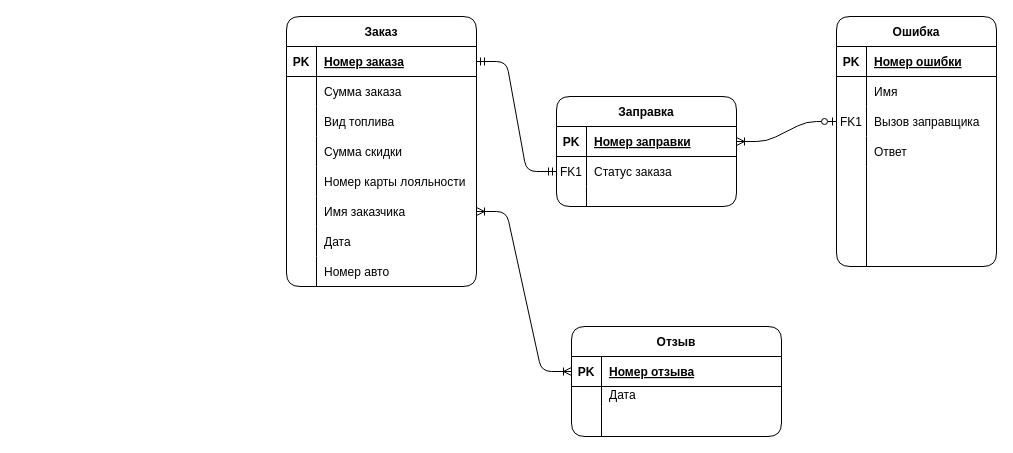
Before: ЕР.drawio in aleksey899/gas-station, a draw.io diagram. Source tidied: cells renumbered, new cells numbered last; positions are measured from the earlier drawing's top-left corner, leaving out a move shared by most shapes. Both pictures are drawn from the tidied source at 100%, with x=0, y=0 at pixel (286, 16).
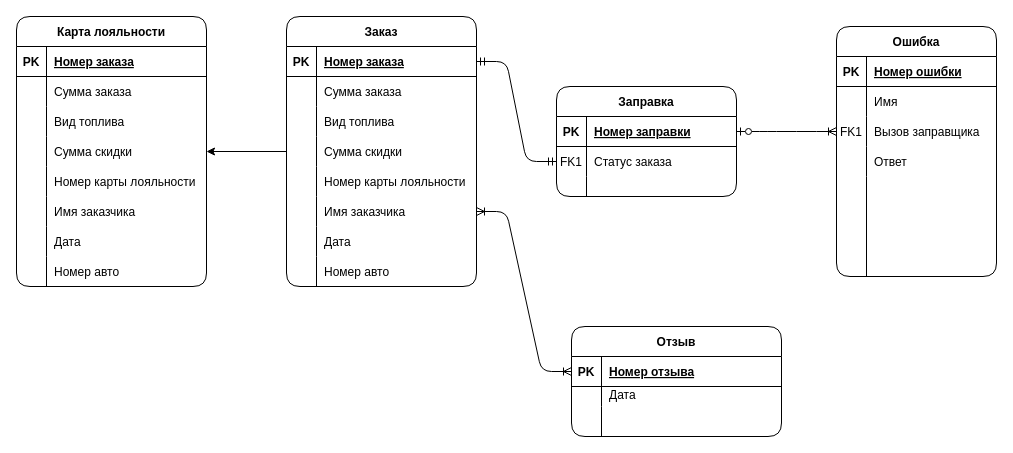
Above is the later version.

The change refers to these unchanged cells:
```xml
<mxCell id="4" style="shape=partialRectangle;fillColor=none;points=[[0,0.5],[1,0.5]];portConstraint=eastwest;top=0;left=0;right=0;bottom=1;" parent="3" vertex="1">
  <mxGeometry y="30" width="180" height="30" as="geometry" />
</mxCell>
<mxCell id="20" style="shape=partialRectangle;fillColor=none;points=[[0,0.5],[1,0.5]];portConstraint=eastwest;top=0;left=0;right=0;bottom=0;" parent="13" vertex="1">
  <mxGeometry y="90" width="160" height="30" as="geometry" />
</mxCell>
<mxCell id="29" value="Заказ" style="shape=table;startSize=30;childLayout=tableLayout;rowLines=0;fontStyle=1;align=center;rounded=1;" parent="1" vertex="1">
  <mxGeometry width="190" height="270" as="geometry" />
</mxCell>
```

The edit, as a diff of the source:
```diff
@@
     <mxCell id="3" value="Заправка" style="shape=table;startSize=30;childLayout=tableLayout;rowLines=0;fontStyle=1;align=center;rounded=1;" parent="1" vertex="1">
-      <mxGeometry x="270" y="80" width="180" height="110" as="geometry" />
+      <mxGeometry x="270" y="70" width="180" height="110" as="geometry" />
     </mxCell>
@@
     <mxCell id="13" value="Ошибка" style="shape=table;startSize=30;childLayout=tableLayout;rowLines=0;fontStyle=1;align=center;rounded=1;" parent="1" vertex="1">
-      <mxGeometry x="550" width="160" height="250" as="geometry" />
+      <mxGeometry x="550" y="10" width="160" height="250" as="geometry" />
     </mxCell>
@@
+    <mxCell id="66" style="edgeStyle=orthogonalEdgeStyle;rounded=0;jettySize=auto;html=1;" parent="1" edge="1" source="29" target="67">
+      <mxGeometry relative="1" as="geometry" />
+    </mxCell>
@@
-    <mxCell id="64" style="edgeStyle=entityRelationEdgeStyle;fontSize=12;html=1;endArrow=ERzeroToOne;startArrow=ERoneToMany;exitX=1;exitY=0.5;exitDx=0;exitDy=0;startFill=0;endFill=1;" parent="1" edge="1" source="4" target="20">
+    <mxCell id="64" style="edgeStyle=entityRelationEdgeStyle;fontSize=12;html=1;endArrow=ERoneToMany;startArrow=ERzeroToOne;startFill=0;endFill=0;" parent="1" edge="1" source="4" target="20">
       <mxGeometry relative="1" as="geometry" />
     </mxCell>
@@
+    <mxCell id="67" value="Карта лояльности" style="shape=table;startSize=30;childLayout=tableLayout;rowLines=0;fontStyle=1;align=center;rounded=1;" parent="1" vertex="1">
+      <mxGeometry x="-270" width="190" height="270" as="geometry" />
+    </mxCell>
+    <mxCell id="68" style="shape=partialRectangle;fillColor=none;top=0;left=0;right=0;bottom=1;" parent="67" vertex="1">
+      <mxGeometry y="30" width="190" height="30" as="geometry" />
+    </mxCell>
+    <mxCell id="69" value="PK" style="shape=partialRectangle;overflow=hidden;fillColor=none;top=0;left=0;bottom=0;right=0;fontStyle=1;" parent="68" vertex="1">
+      <mxGeometry width="30" height="30" as="geometry" />
+    </mxCell>
+    <mxCell id="70" value="Номер заказа" style="shape=partialRectangle;overflow=hidden;fillColor=none;top=0;left=0;bottom=0;right=0;align=left;spacingLeft=6;fontStyle=5;" parent="68" vertex="1">
+      <mxGeometry x="30" width="160" height="30" as="geometry" />
+    </mxCell>
+    <mxCell id="71" style="shape=partialRectangle;fillColor=none;top=0;left=0;bottom=0;right=0;" parent="67" vertex="1">
+      <mxGeometry y="60" width="190" height="30" as="geometry" />
+    </mxCell>
+    <mxCell id="72" style="shape=partialRectangle;fillColor=none;top=0;left=0;bottom=0;right=0;overflow=hidden;" parent="71" vertex="1">
+      <mxGeometry width="30" height="30" as="geometry" />
+    </mxCell>
+    <mxCell id="73" value="Сумма заказа" style="shape=partialRectangle;fillColor=none;top=0;left=0;bottom=0;right=0;align=left;spacingLeft=6;overflow=hidden;" parent="71" vertex="1">
+      <mxGeometry x="30" width="160" height="30" as="geometry" />
+    </mxCell>
+    <mxCell id="74" style="shape=partialRectangle;fillColor=none;top=0;left=0;bottom=0;right=0;" parent="67" vertex="1">
+      <mxGeometry y="90" width="190" height="30" as="geometry" />
+    </mxCell>
+    <mxCell id="75" style="shape=partialRectangle;fillColor=none;top=0;left=0;bottom=0;right=0;overflow=hidden;" parent="74" vertex="1">
+      <mxGeometry width="30" height="30" as="geometry" />
+    </mxCell>
+    <mxCell id="76" value="Вид топлива" style="shape=partialRectangle;fillColor=none;top=0;left=0;bottom=0;right=0;align=left;spacingLeft=6;overflow=hidden;" parent="74" vertex="1">
+      <mxGeometry x="30" width="160" height="30" as="geometry" />
+    </mxCell>
+    <mxCell id="77" style="shape=partialRectangle;fillColor=none;top=0;left=0;bottom=0;right=0;" parent="67" vertex="1">
+      <mxGeometry y="120" width="190" height="30" as="geometry" />
+    </mxCell>
+    <mxCell id="78" style="shape=partialRectangle;fillColor=none;top=0;left=0;bottom=0;right=0;overflow=hidden;" parent="77" vertex="1">
+      <mxGeometry width="30" height="30" as="geometry" />
+    </mxCell>
+    <mxCell id="79" value="Сумма скидки" style="shape=partialRectangle;fillColor=none;top=0;left=0;bottom=0;right=0;align=left;spacingLeft=6;overflow=hidden;" parent="77" vertex="1">
+      <mxGeometry x="30" width="160" height="30" as="geometry" />
+    </mxCell>
+    <mxCell id="80" style="shape=partialRectangle;fillColor=none;top=0;left=0;bottom=0;right=0;" parent="67" vertex="1">
+      <mxGeometry y="150" width="190" height="30" as="geometry" />
+    </mxCell>
+    <mxCell id="81" style="shape=partialRectangle;fillColor=none;top=0;left=0;bottom=0;right=0;overflow=hidden;" parent="80" vertex="1">
+      <mxGeometry width="30" height="30" as="geometry" />
+    </mxCell>
+    <mxCell id="82" value="Номер карты лояльности" style="shape=partialRectangle;fillColor=none;top=0;left=0;bottom=0;right=0;align=left;spacingLeft=6;overflow=hidden;" parent="80" vertex="1">
+      <mxGeometry x="30" width="160" height="30" as="geometry" />
+    </mxCell>
+    <mxCell id="83" style="shape=partialRectangle;fillColor=none;top=0;left=0;bottom=0;right=0;" parent="67" vertex="1">
+      <mxGeometry y="180" width="190" height="30" as="geometry" />
+    </mxCell>
+    <mxCell id="84" style="shape=partialRectangle;fillColor=none;top=0;left=0;bottom=0;right=0;overflow=hidden;" parent="83" vertex="1">
+      <mxGeometry width="30" height="30" as="geometry" />
+    </mxCell>
+    <mxCell id="85" value="Имя заказчика" style="shape=partialRectangle;fillColor=none;top=0;left=0;bottom=0;right=0;align=left;spacingLeft=6;overflow=hidden;" parent="83" vertex="1">
+      <mxGeometry x="30" width="160" height="30" as="geometry" />
+    </mxCell>
+    <mxCell id="86" style="shape=partialRectangle;fillColor=none;top=0;left=0;bottom=0;right=0;" parent="67" vertex="1">
+      <mxGeometry y="210" width="190" height="30" as="geometry" />
+    </mxCell>
+    <mxCell id="87" style="shape=partialRectangle;fillColor=none;top=0;left=0;bottom=0;right=0;overflow=hidden;" parent="86" vertex="1">
+      <mxGeometry width="30" height="30" as="geometry" />
+    </mxCell>
+    <mxCell id="88" value="Дата" style="shape=partialRectangle;fillColor=none;top=0;left=0;bottom=0;right=0;align=left;spacingLeft=6;overflow=hidden;" parent="86" vertex="1">
+      <mxGeometry x="30" width="160" height="30" as="geometry" />
+    </mxCell>
+    <mxCell id="89" style="shape=partialRectangle;fillColor=none;top=0;left=0;bottom=0;right=0;" parent="67" vertex="1">
+      <mxGeometry y="240" width="190" height="30" as="geometry" />
+    </mxCell>
+    <mxCell id="90" style="shape=partialRectangle;fillColor=none;top=0;left=0;bottom=0;right=0;overflow=hidden;" parent="89" vertex="1">
+      <mxGeometry width="30" height="30" as="geometry" />
+    </mxCell>
+    <mxCell id="91" value="Номер авто" style="shape=partialRectangle;fillColor=none;top=0;left=0;bottom=0;right=0;align=left;spacingLeft=6;overflow=hidden;" parent="89" vertex="1">
+      <mxGeometry x="30" width="160" height="30" as="geometry" />
+    </mxCell>
```
